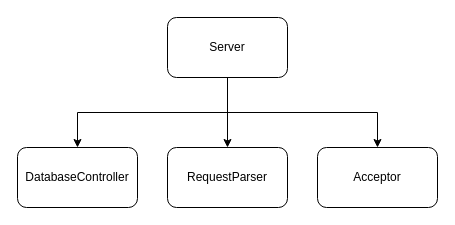
Earlier version of the draw.io diagram server.drawio (lucky-rydar/miMessage). Source tidied: cells renumbered, new cells numbered last; positions are measured from the earlier drawing's top-left corner, leaving out a move shared by most shapes. Both pictures are drawn from the tidied source at 100%, with x=0, y=0 at pixel (17, 17).
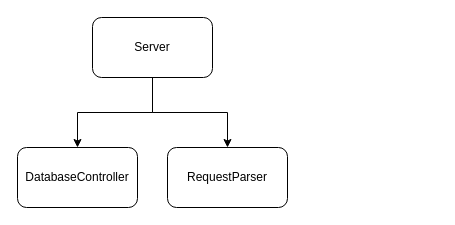
After the change.

Commit message (it also covers changes not shown here):
Updated UML for server, added some base code according to new diagram

What changed in the source:
```diff
@@
 <mxGraphModel>
   <root>
     <mxCell id="0" />
     <mxCell id="1" parent="0" />
     <mxCell id="2" style="edgeStyle=orthogonalEdgeStyle;rounded=0;jettySize=auto;html=1;" parent="1" edge="1" source="5" target="6">
       <mxGeometry relative="1" as="geometry" />
     </mxCell>
     <mxCell id="3" style="edgeStyle=orthogonalEdgeStyle;rounded=0;jettySize=auto;html=1;exitX=0.5;exitY=1;exitDx=0;exitDy=0;" parent="1" edge="1" source="5" target="7">
       <mxGeometry relative="1" as="geometry" />
     </mxCell>
-    <mxCell id="4" style="edgeStyle=orthogonalEdgeStyle;rounded=0;jettySize=auto;html=1;exitX=0.5;exitY=1;exitDx=0;exitDy=0;entryX=0.5;entryY=0;entryDx=0;entryDy=0;" parent="1" edge="1" source="5" target="8">
-      <mxGeometry relative="1" as="geometry" />
-    </mxCell>
     <mxCell id="5" value="Server" style="rounded=1;whiteSpace=wrap;html=1;" parent="1" vertex="1">
-      <mxGeometry x="150" width="120" height="60" as="geometry" />
+      <mxGeometry x="75" width="120" height="60" as="geometry" />
     </mxCell>
     <mxCell id="6" value="RequestParser" style="rounded=1;whiteSpace=wrap;html=1;" parent="1" vertex="1">
       <mxGeometry x="150" y="130" width="120" height="60" as="geometry" />
     </mxCell>
     <mxCell id="7" value="DatabaseController" style="rounded=1;whiteSpace=wrap;html=1;" parent="1" vertex="1">
       <mxGeometry y="130" width="120" height="60" as="geometry" />
     </mxCell>
-    <mxCell id="8" value="Acceptor" style="rounded=1;whiteSpace=wrap;html=1;" parent="1" vertex="1">
-      <mxGeometry x="300" y="130" width="120" height="60" as="geometry" />
-    </mxCell>
   </root>
 </mxGraphModel>
```
